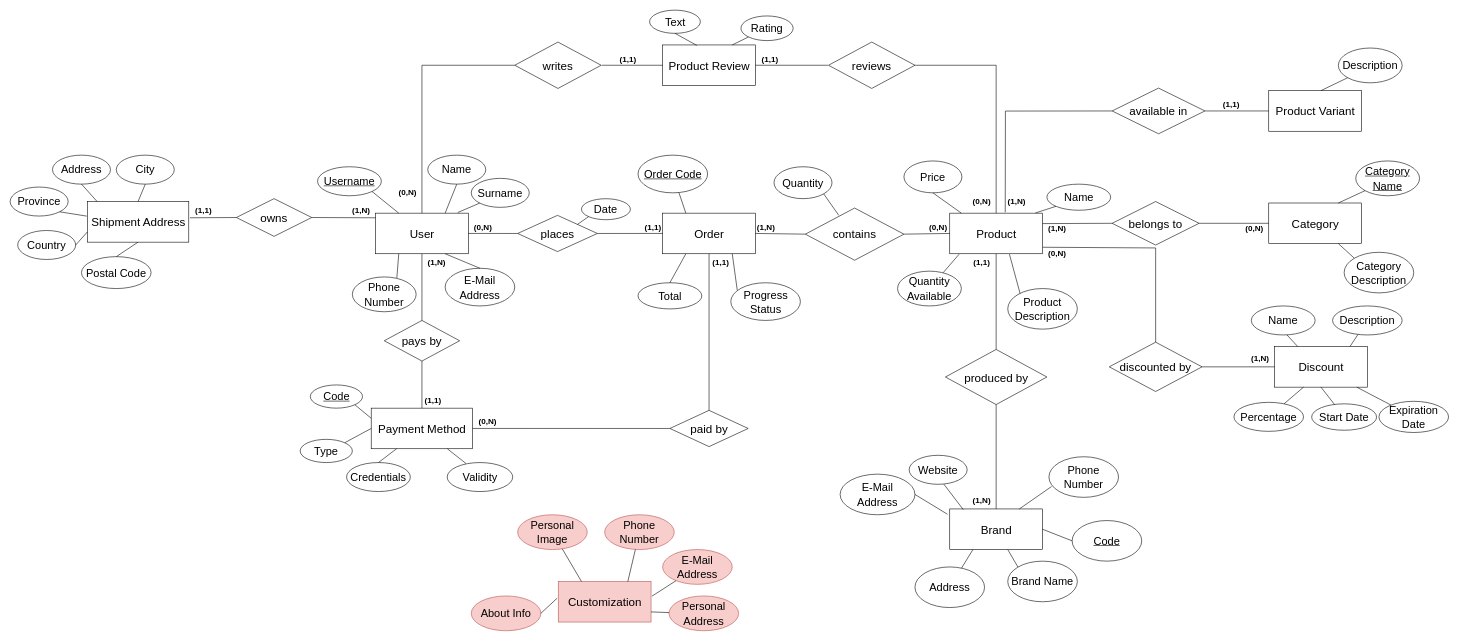
The draw.io diagram ER.drawio in Tecnologie-Del-Web/Project, before the edit. Source tidied: cells renumbered, new cells numbered last; positions are measured from the earlier drawing's top-left corner, leaving out a move shared by most shapes. Both pictures are drawn from the tidied source at 58%, with x=0, y=0 at pixel (10, 10).
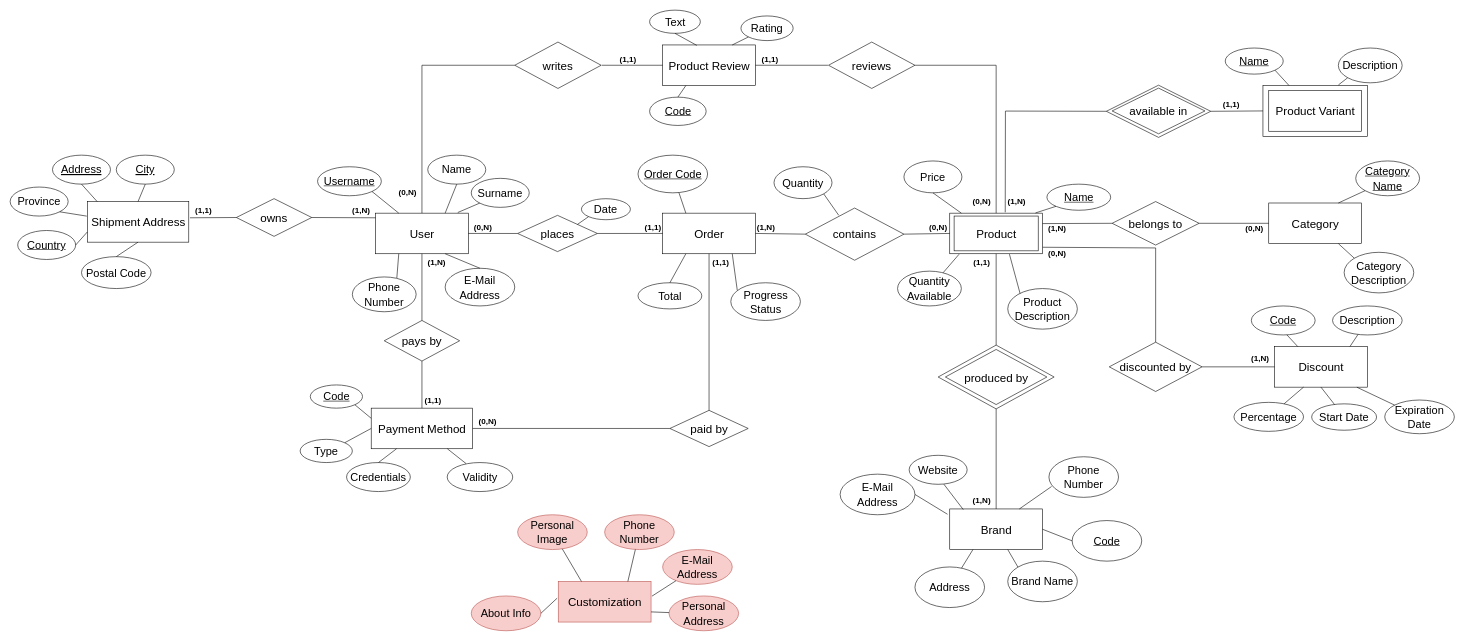
After the change.

Unchanged cells that the change refers to:
```xml
<mxCell id="3" value="&lt;font style=&quot;font-size: 20px;&quot;&gt;Product Review&lt;/font&gt;" style="html=1;dashed=0;whitespace=wrap;" parent="1" vertex="1">
  <mxGeometry x="1125" y="60" width="160" height="70" as="geometry" />
</mxCell>
<mxCell id="5" value="&lt;font style=&quot;font-size: 20px;&quot;&gt;Brand&lt;/font&gt;" style="html=1;dashed=0;whitespace=wrap;" parent="1" vertex="1">
  <mxGeometry x="1620" y="860" width="160" height="70" as="geometry" />
</mxCell>
<mxCell id="6" value="&lt;font style=&quot;font-size: 20px;&quot;&gt;Product&lt;/font&gt;" style="html=1;dashed=0;whitespace=wrap;" parent="1" vertex="1">
  <mxGeometry x="1620" y="350" width="160" height="70" as="geometry" />
</mxCell>
<mxCell id="81" value="&lt;font style=&quot;font-size: 20px;&quot;&gt;produced by&lt;/font&gt;" style="shape=rhombus;perimeter=rhombusPerimeter;whiteSpace=wrap;html=1;align=center;" parent="1" vertex="1">
  <mxGeometry x="1612.5" y="585" width="175" height="95" as="geometry" />
</mxCell>
<mxCell id="104" value="&lt;font style=&quot;font-size: 20px;&quot;&gt;Product Variant&lt;/font&gt;" style="html=1;dashed=0;whitespace=wrap;" parent="1" vertex="1">
  <mxGeometry x="2170" y="138.8" width="160" height="70" as="geometry" />
</mxCell>
<mxCell id="105" value="&lt;font style=&quot;font-size: 20px;&quot;&gt;available in&lt;/font&gt;" style="shape=rhombus;perimeter=rhombusPerimeter;whiteSpace=wrap;html=1;align=center;" parent="1" vertex="1">
  <mxGeometry x="1900" y="134.4" width="160" height="78.8" as="geometry" />
</mxCell>
<mxCell id="154" value="&lt;font style=&quot;font-size: 19px;&quot;&gt;Description&lt;/font&gt;" style="ellipse;whiteSpace=wrap;html=1;fontSize=20;" parent="1" vertex="1">
  <mxGeometry x="2290" y="65.3" width="110" height="60" as="geometry" />
</mxCell>
```

Diff of the diagram source:
```diff
@@
-    <mxCell id="22" value="&lt;font style=&quot;font-size: 19px;&quot;&gt;Name&lt;/font&gt;" style="ellipse;whiteSpace=wrap;html=1;fontSize=20;" parent="1" vertex="1">
+    <mxCell id="22" value="&lt;font style=&quot;font-size: 19px;&quot;&gt;&lt;u&gt;Name&lt;/u&gt;&lt;/font&gt;" style="ellipse;whiteSpace=wrap;html=1;fontSize=20;" parent="1" vertex="1">
       <mxGeometry x="1787.5" y="300" width="110" height="45" as="geometry" />
     </mxCell>
@@
-    <mxCell id="43" value="&lt;font style=&quot;font-size: 19px;&quot;&gt;Address&lt;/font&gt;" style="ellipse;whiteSpace=wrap;html=1;fontSize=20;" parent="1" vertex="1">
+    <mxCell id="43" value="&lt;font style=&quot;font-size: 19px;&quot;&gt;Address&lt;/font&gt;" style="ellipse;whiteSpace=wrap;html=1;fontSize=20;fontStyle=4;" parent="1" vertex="1">
       <mxGeometry x="73" y="250" width="100" height="50" as="geometry" />
     </mxCell>
@@
-    <mxCell id="45" value="&lt;font style=&quot;font-size: 19px;&quot;&gt;City&lt;/font&gt;" style="ellipse;whiteSpace=wrap;html=1;fontSize=20;" parent="1" vertex="1">
+    <mxCell id="45" value="&lt;font style=&quot;font-size: 19px;&quot;&gt;City&lt;/font&gt;" style="ellipse;whiteSpace=wrap;html=1;fontSize=20;fontStyle=4;" parent="1" vertex="1">
       <mxGeometry x="183" y="250" width="100" height="50" as="geometry" />
     </mxCell>
@@
-    <mxCell id="49" value="&lt;font style=&quot;font-size: 19px;&quot;&gt;Country&lt;/font&gt;" style="ellipse;whiteSpace=wrap;html=1;fontSize=20;" parent="1" vertex="1">
+    <mxCell id="49" value="&lt;font style=&quot;font-size: 19px;&quot;&gt;&lt;u&gt;Country&lt;/u&gt;&lt;/font&gt;" style="ellipse;whiteSpace=wrap;html=1;fontSize=20;" parent="1" vertex="1">
       <mxGeometry x="13" y="379.9" width="100" height="50" as="geometry" />
     </mxCell>
@@
-    <mxCell id="80" style="endArrow=none;html=1;rounded=0;fontSize=20;entryX=0.5;entryY=1;entryDx=0;entryDy=0;exitX=0.5;exitY=0;exitDx=0;exitDy=0;" parent="1" edge="1" source="81" target="6">
+    <mxCell id="80" style="endArrow=none;html=1;rounded=0;fontSize=20;entryX=0.5;entryY=1;entryDx=0;entryDy=0;exitX=0.5;exitY=0;exitDx=0;exitDy=0;" parent="1" edge="1" source="162" target="6">
       <mxGeometry relative="1" as="geometry" />
     </mxCell>
@@
-    <mxCell id="82" style="endArrow=none;html=1;rounded=0;fontSize=20;exitX=0.5;exitY=0;exitDx=0;exitDy=0;" parent="1" edge="1" source="5">
-      <mxGeometry relative="1" as="geometry">
-        <mxPoint x="1700" y="680" as="targetPoint" />
-      </mxGeometry>
+    <mxCell id="82" style="endArrow=none;html=1;rounded=0;fontSize=20;exitX=0.5;exitY=0;exitDx=0;exitDy=0;entryX=0.5;entryY=1;entryDx=0;entryDy=0;" parent="1" edge="1" source="5" target="162">
+      <mxGeometry relative="1" as="geometry" />
     </mxCell>
@@
-    <mxCell id="106" style="endArrow=none;html=1;rounded=0;fontSize=20;entryX=1;entryY=0.5;entryDx=0;entryDy=0;exitX=0;exitY=0.5;exitDx=0;exitDy=0;" parent="1" edge="1" source="104" target="105">
+    <mxCell id="106" style="endArrow=none;html=1;rounded=0;fontSize=20;entryX=1;entryY=0.5;entryDx=0;entryDy=0;exitX=0;exitY=0.5;exitDx=0;exitDy=0;" parent="1" edge="1" source="160" target="161">
       <mxGeometry relative="1" as="geometry" />
     </mxCell>
-    <mxCell id="107" style="endArrow=none;html=1;rounded=0;fontSize=20;entryX=0.598;entryY=-0.021;entryDx=0;entryDy=0;exitX=0;exitY=0.5;exitDx=0;exitDy=0;entryPerimeter=0;" parent="1" edge="1" source="105" target="6">
+    <mxCell id="107" style="endArrow=none;html=1;rounded=0;fontSize=20;entryX=0.598;entryY=-0.021;entryDx=0;entryDy=0;exitX=0;exitY=0.5;exitDx=0;exitDy=0;entryPerimeter=0;" parent="1" edge="1" source="161" target="6">
       <mxGeometry relative="1" as="geometry">
         <Array as="points">
           <mxPoint x="1716" y="174" />
         </Array>
       </mxGeometry>
     </mxCell>
@@
-    <mxCell id="109" value="&lt;font style=&quot;font-size: 19px;&quot;&gt;Name&lt;/font&gt;" style="ellipse;whiteSpace=wrap;html=1;fontSize=20;" parent="1" vertex="1">
+    <mxCell id="109" value="&lt;font style=&quot;font-size: 19px;&quot;&gt;&lt;u&gt;Code&lt;/u&gt;&lt;/font&gt;" style="ellipse;whiteSpace=wrap;html=1;fontSize=20;" parent="1" vertex="1">
       <mxGeometry x="2140" y="510" width="110" height="50" as="geometry" />
     </mxCell>
@@
     <mxCell id="119" value="&lt;font style=&quot;font-size: 19px;&quot;&gt;Expiration Date&lt;/font&gt;" style="ellipse;whiteSpace=wrap;html=1;fontSize=20;" parent="1" vertex="1">
-      <mxGeometry x="2360" y="674.4" width="120" height="53.8" as="geometry" />
+      <mxGeometry x="2370" y="672.2" width="120" height="58.1" as="geometry" />
     </mxCell>
@@
-    <mxCell id="155" style="endArrow=none;html=1;rounded=0;fontSize=20;entryX=0;entryY=1;entryDx=0;entryDy=0;exitX=0.75;exitY=0;exitDx=0;exitDy=0;" parent="1" edge="1" target="154">
-      <mxGeometry relative="1" as="geometry">
-        <mxPoint x="2260" y="138.8" as="sourcePoint" />
-      </mxGeometry>
+    <mxCell id="155" style="endArrow=none;html=1;rounded=0;fontSize=20;entryX=0;entryY=1;entryDx=0;entryDy=0;exitX=0.723;exitY=-0.012;exitDx=0;exitDy=0;exitPerimeter=0;" parent="1" edge="1" source="160" target="154">
+      <mxGeometry relative="1" as="geometry" />
     </mxCell>
+    <mxCell id="156" value="&lt;font style=&quot;font-size: 19px;&quot;&gt;&lt;u&gt;Code&lt;/u&gt;&lt;/font&gt;" style="ellipse;whiteSpace=wrap;html=1;fontSize=20;" parent="1" vertex="1">
+      <mxGeometry x="1102.5" y="150" width="97.5" height="48.8" as="geometry" />
+    </mxCell>
+    <mxCell id="157" style="endArrow=none;html=1;rounded=0;fontSize=20;exitX=0.25;exitY=1;exitDx=0;exitDy=0;entryX=0.5;entryY=0;entryDx=0;entryDy=0;" parent="1" edge="1" source="3" target="156">
+      <mxGeometry relative="1" as="geometry" />
+    </mxCell>
+    <mxCell id="158" value="&lt;font style=&quot;font-size: 19px;&quot;&gt;&lt;u&gt;Name&lt;/u&gt;&lt;/font&gt;" style="ellipse;whiteSpace=wrap;html=1;fontSize=20;" parent="1" vertex="1">
+      <mxGeometry x="2095" y="65.3" width="100" height="45" as="geometry" />
+    </mxCell>
+    <mxCell id="159" style="endArrow=none;html=1;rounded=0;fontSize=20;entryX=1;entryY=1;entryDx=0;entryDy=0;exitX=0.25;exitY=0;exitDx=0;exitDy=0;" parent="1" edge="1" source="160" target="158">
+      <mxGeometry relative="1" as="geometry" />
+    </mxCell>
+    <mxCell id="160" style="rounded=0;whiteSpace=wrap;html=1;gradientColor=default;fillColor=none;" parent="1" vertex="1">
+      <mxGeometry x="2160" y="130" width="180" height="87.5" as="geometry" />
+    </mxCell>
+    <mxCell id="161" style="rhombus;whiteSpace=wrap;html=1;fillColor=none;gradientColor=default;" parent="1" vertex="1">
+      <mxGeometry x="1890" y="129.4" width="180" height="90" as="geometry" />
+    </mxCell>
+    <mxCell id="162" style="rhombus;whiteSpace=wrap;html=1;fillColor=none;gradientColor=default;" parent="1" vertex="1">
+      <mxGeometry x="1600" y="577.5" width="200" height="110" as="geometry" />
+    </mxCell>
+    <mxCell id="163" style="rounded=0;whiteSpace=wrap;html=1;gradientColor=default;fillColor=none;" parent="1" vertex="1">
+      <mxGeometry x="1627.5" y="355" width="145" height="60" as="geometry" />
+    </mxCell>
```
